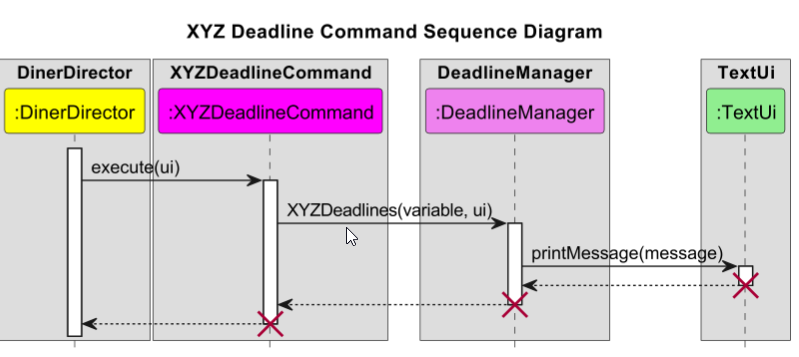
The PlantUML diagram docs/uml/images/XYZDeadlineDiagram.png in nus-cs2113-AY2223S2/tp, before a commit. Its source is kept beside it as docs/uml/XYZDeadlineDiagram.puml.
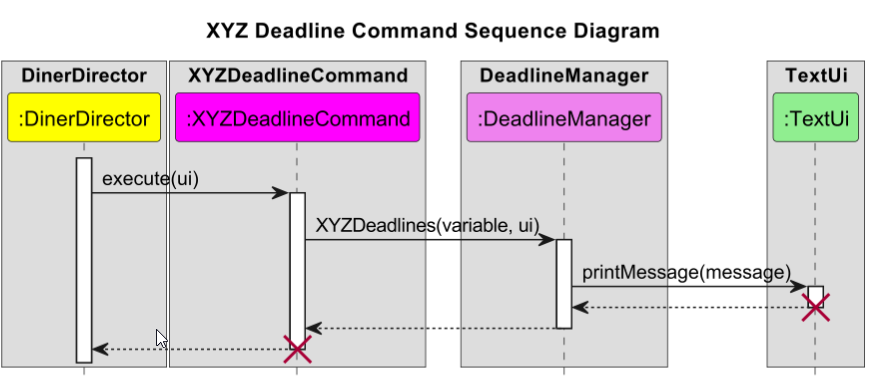
The same file after the commit.

Commit message:
Update Deadline Diagram

Change to the diagram source:
```diff
@@ -29,7 +29,7 @@
 destroy TextUi
 
 return
-destroy DeadlineManager
+
 
 return
 destroy XYZDeadlineCommand
```
